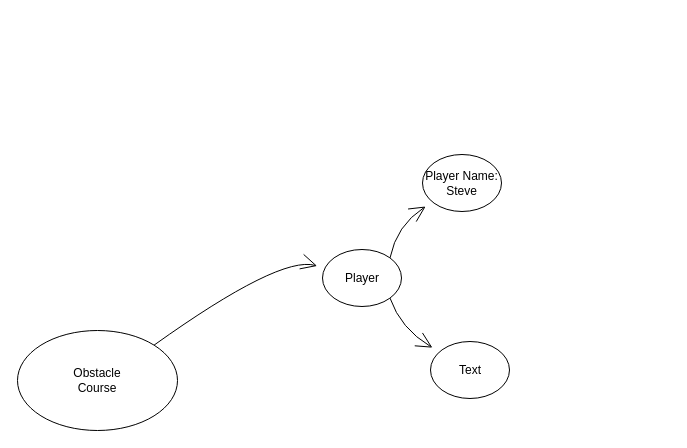
i1salamakha/ObstacleCourse_LearningUnity keeps this draw.io diagram as Obstacle Course_UnityLearning.drawio. Above is the earlier version. Source tidied: cells renumbered, new cells numbered last; positions are measured from the earlier drawing's top-left corner, leaving out a move shared by most shapes. Both pictures are drawn from the tidied source at 100%, with x=0, y=0 at pixel (17, 154).
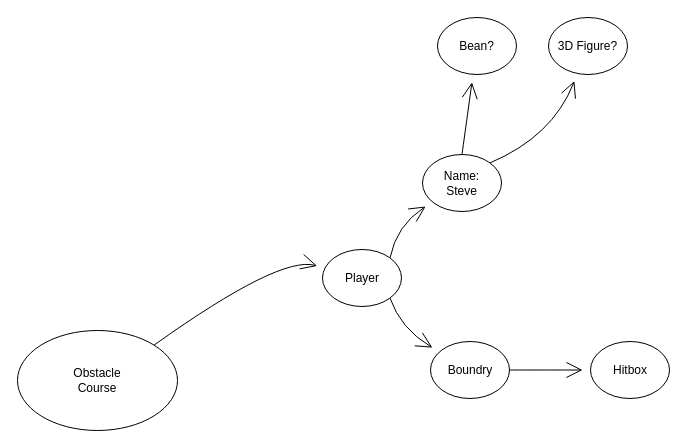
The same page after the edit.

Unchanged cells that the change refers to:
```xml
<mxCell id="10" style="ellipse;whiteSpace=wrap;html=1;hachureGap=4;" parent="1" vertex="1">
  <mxGeometry x="413" y="187" width="79" height="57" as="geometry" />
</mxCell>
```

What changed in the source:
```diff
@@
+    <mxCell id="12" style="edgeStyle=none;curved=1;rounded=0;jettySize=auto;html=1;exitX=0.5;exitY=0;exitDx=0;exitDy=0;endArrow=open;startSize=14;endSize=14;sourcePerimeterSpacing=8;targetPerimeterSpacing=8;" parent="1" edge="1" source="9" target="15">
+      <mxGeometry relative="1" as="geometry" />
+    </mxCell>
+    <mxCell id="13" style="edgeStyle=none;curved=1;rounded=0;jettySize=auto;html=1;exitX=1;exitY=0;exitDx=0;exitDy=0;endArrow=open;startSize=14;endSize=14;sourcePerimeterSpacing=8;targetPerimeterSpacing=8;" parent="1" edge="1" source="9" target="16">
+      <mxGeometry relative="1" as="geometry">
+        <Array as="points">
+          <mxPoint x="535" y="-18" />
+        </Array>
+      </mxGeometry>
+    </mxCell>
-    <mxCell id="9" value="Player Name:&lt;br&gt;Steve" style="ellipse;whiteSpace=wrap;html=1;hachureGap=4;" parent="1" vertex="1">
+    <mxCell id="9" value="Name:&lt;br&gt;Steve" style="ellipse;whiteSpace=wrap;html=1;hachureGap=4;" parent="1" vertex="1">
       <mxGeometry x="405" width="79" height="57" as="geometry" />
     </mxCell>
+    <mxCell id="14" style="edgeStyle=none;curved=1;rounded=0;jettySize=auto;html=1;exitX=1;exitY=0.5;exitDx=0;exitDy=0;endArrow=open;startSize=14;endSize=14;sourcePerimeterSpacing=8;targetPerimeterSpacing=8;" parent="1" edge="1" source="10" target="17">
+      <mxGeometry relative="1" as="geometry" />
+    </mxCell>
@@
-    <mxCell id="11" value="Text" style="text;strokeColor=none;fillColor=none;html=1;align=center;verticalAlign=middle;whiteSpace=wrap;rounded=0;hachureGap=4;" parent="1" vertex="1">
+    <mxCell id="11" value="Boundry" style="text;strokeColor=none;fillColor=none;html=1;align=center;verticalAlign=middle;whiteSpace=wrap;rounded=0;hachureGap=4;" parent="1" vertex="1">
       <mxGeometry x="422.5" y="200.5" width="60" height="30" as="geometry" />
     </mxCell>
+    <mxCell id="15" value="Bean?" style="ellipse;whiteSpace=wrap;html=1;hachureGap=4;" parent="1" vertex="1">
+      <mxGeometry x="420" y="-137" width="79" height="57" as="geometry" />
+    </mxCell>
+    <mxCell id="16" value="3D Figure?" style="ellipse;whiteSpace=wrap;html=1;hachureGap=4;" parent="1" vertex="1">
+      <mxGeometry x="531" y="-137" width="79" height="57" as="geometry" />
+    </mxCell>
+    <mxCell id="17" style="ellipse;whiteSpace=wrap;html=1;hachureGap=4;" parent="1" vertex="1">
+      <mxGeometry x="573" y="187" width="79" height="57" as="geometry" />
+    </mxCell>
+    <mxCell id="18" value="Hitbox" style="text;strokeColor=none;fillColor=none;html=1;align=center;verticalAlign=middle;whiteSpace=wrap;rounded=0;hachureGap=4;" parent="1" vertex="1">
+      <mxGeometry x="582.5" y="200.5" width="60" height="30" as="geometry" />
+    </mxCell>
```
